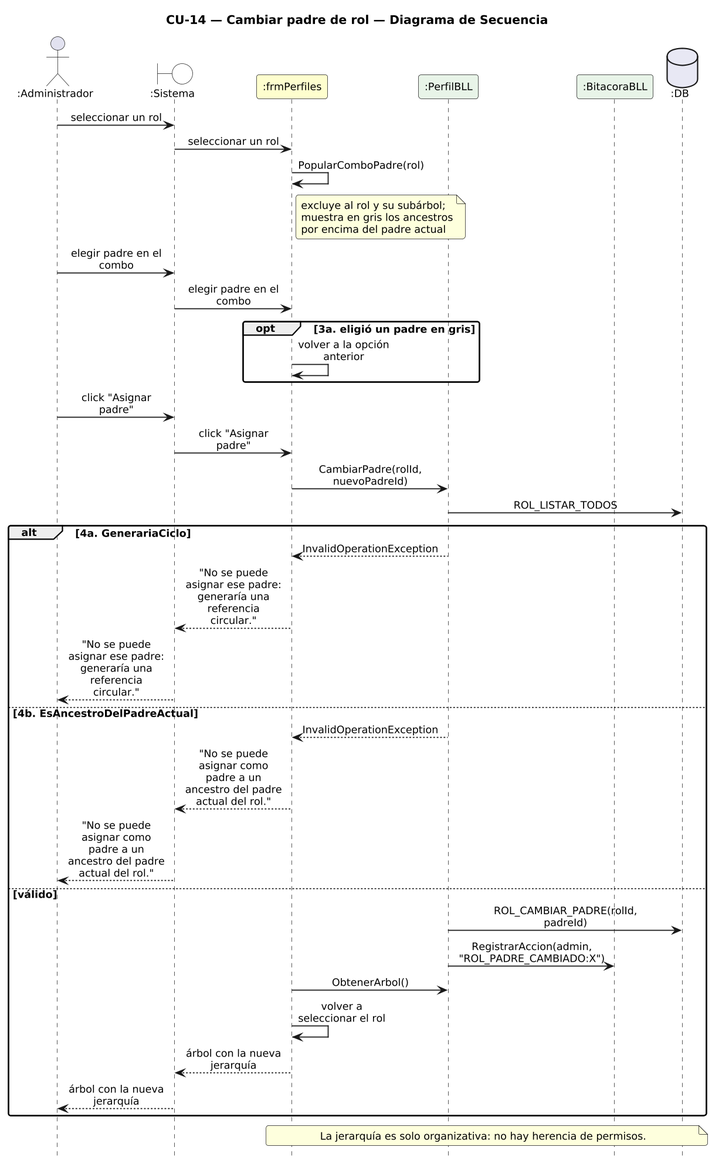
This is DIAGRAMAS/DiagramaSecuencia_CU14_CambiarPadreRol.png from Urrels/ingenieria_software, a PlantUML export, as it was before one commit.
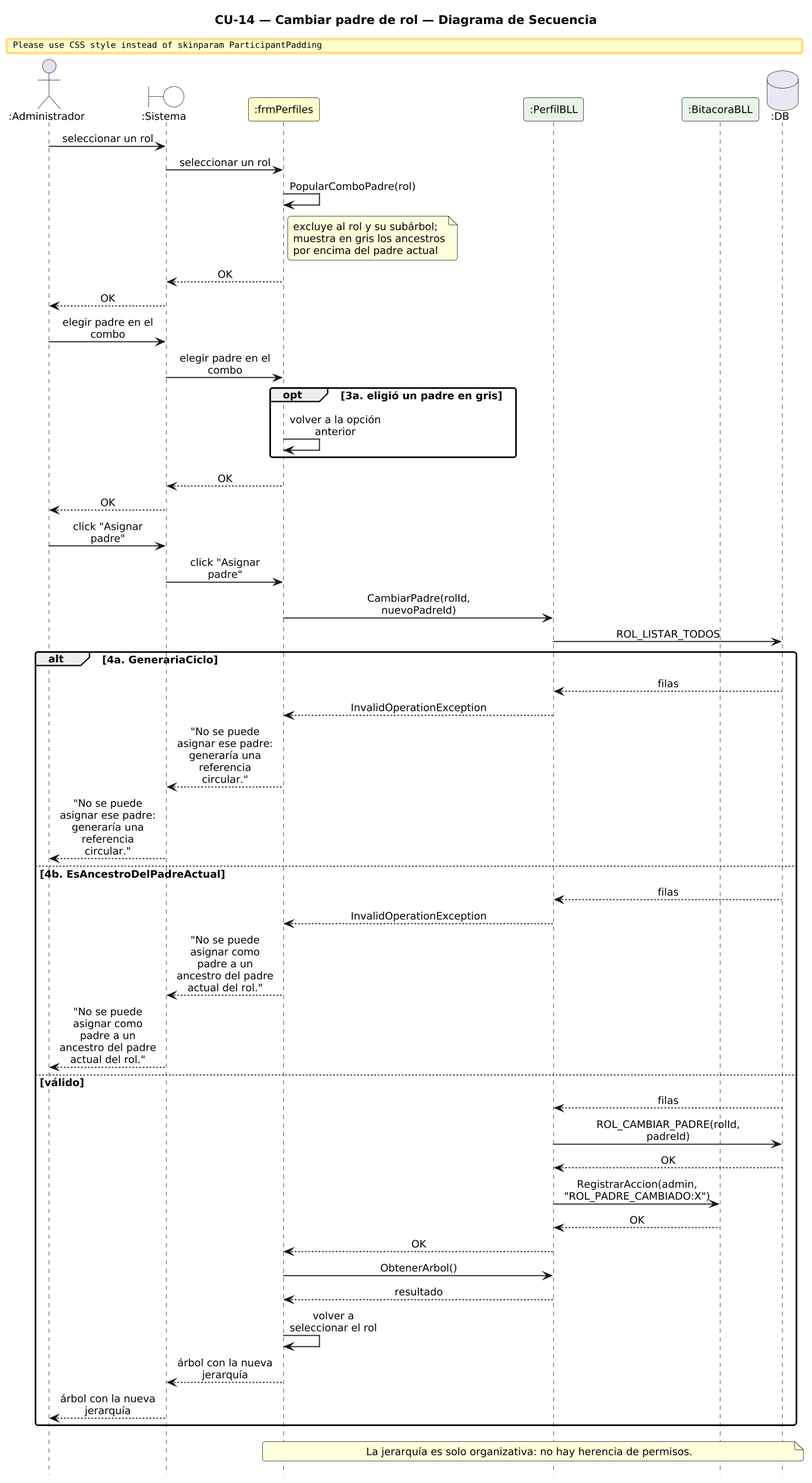
The same diagram one commit later.

The edit, as a diff of the source:
```diff
@@ -28,27 +28,38 @@
   muestra en gris los ancestros
   por encima del padre actual
 end note
+F --> SYS : OK
+SYS --> A : OK
 A -> SYS : elegir padre en el combo
 SYS -> F : elegir padre en el combo
 opt 3a. eligió un padre en gris
   F -> F : volver a la opción anterior
 end
+F --> SYS : OK
+SYS --> A : OK
 A -> SYS : click "Asignar padre"
 SYS -> F : click "Asignar padre"
 F -> PB : CambiarPadre(rolId, nuevoPadreId)
 PB -> DB : ROL_LISTAR_TODOS
 alt 4a. GenerariaCiclo
+  DB --> PB : filas
   PB --> F : InvalidOperationException
   F --> SYS : "No se puede asignar ese padre:\ngeneraría una referencia circular."
   SYS --> A : "No se puede asignar ese padre:\ngeneraría una referencia circular."
 else 4b. EsAncestroDelPadreActual
+  DB --> PB : filas
   PB --> F : InvalidOperationException
   F --> SYS : "No se puede asignar como padre a un\nancestro del padre actual del rol."
   SYS --> A : "No se puede asignar como padre a un\nancestro del padre actual del rol."
 else válido
+  DB --> PB : filas
   PB -> DB : ROL_CAMBIAR_PADRE(rolId, padreId)
+  DB --> PB : OK
   PB -> BB : RegistrarAccion(admin, "ROL_PADRE_CAMBIADO:X")
+  BB --> PB : OK
+  PB --> F : OK
   F -> PB : ObtenerArbol()
+  PB --> F : resultado
   F -> F : volver a seleccionar el rol
   F --> SYS : árbol con la nueva jerarquía
   SYS --> A : árbol con la nueva jerarquía
```
